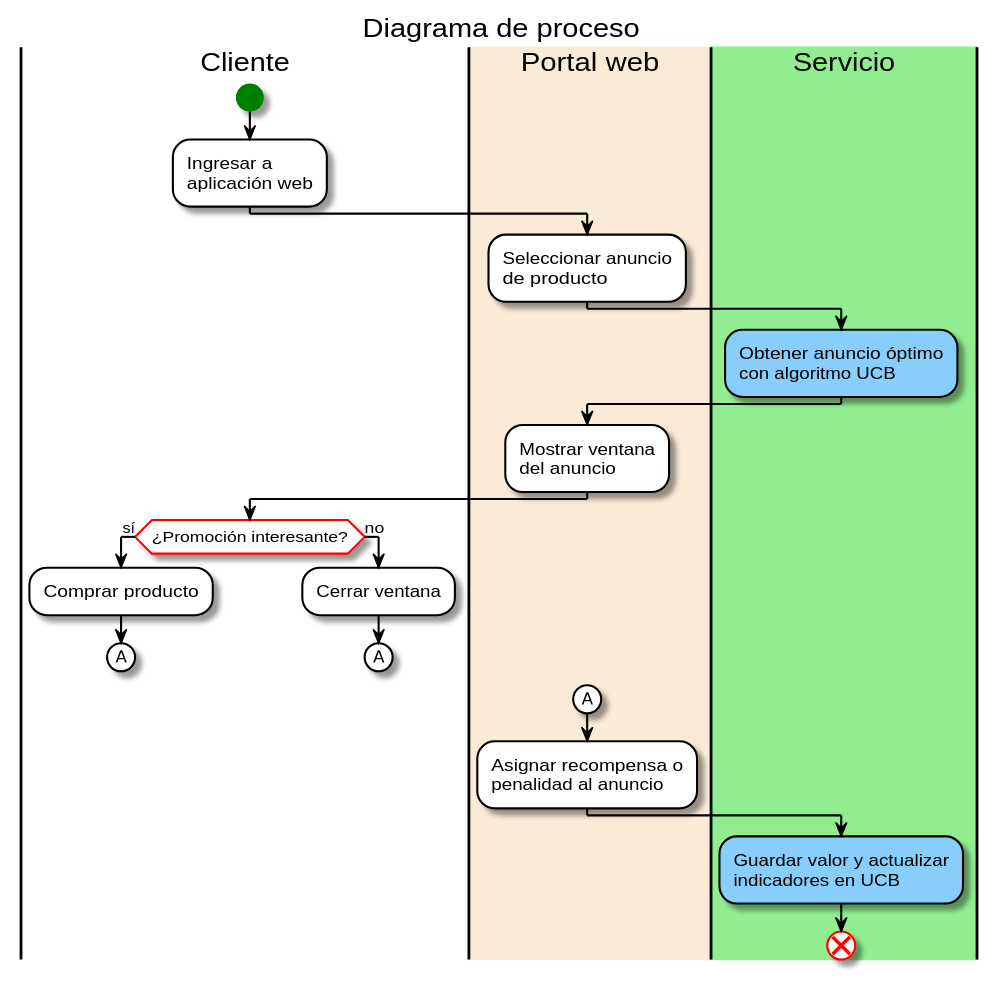
cccg8105/UCB-service keeps this PlantUML diagram as imgs/flujo.svg. Above is the earlier version. Source of this version:
```plantuml
@startuml
!include https://gist.githubusercontent.com/cccg8105/4054e13aa1139ab583f7be54fb5c6960/raw/3c760a2f5d568343272174d35741e4a7f2741b5e/styles.puml
title Diagrama de proceso
|Cliente|
start
:Ingresar a
aplicación web;
|#AntiqueWhite|Portal web|
:Seleccionar anuncio
de producto;
|#LightGreen|Servicio|
#LightSkyBlue:Obtener anuncio óptimo
con algoritmo UCB;
|Portal web|
:Mostrar ventana
del anuncio;
|Cliente|
if (¿Promoción interesante?) then (sí)
:Comprar producto;
(A)
detach
else (no)
|Cliente|
:Cerrar ventana;
(A)
detach
endif
|Portal web|
(A)
:Asignar recompensa o
penalidad al anuncio;
|Servicio|
#LightSkyBlue:Guardar valor y actualizar
indicadores en UCB;
end
@enduml
```
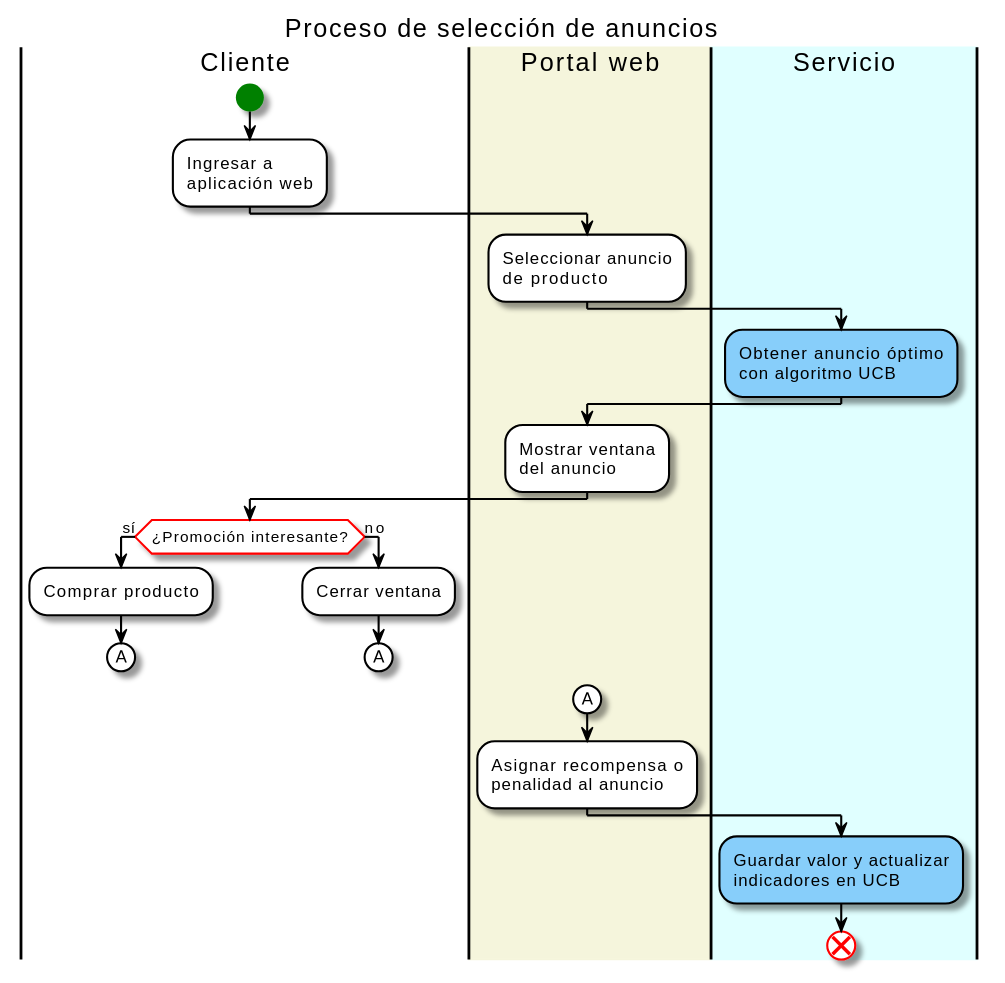
The same diagram one commit later.

The edit, as a diff of the source:
```diff
@@ -1,14 +1,14 @@
 @startuml
 !include https://gist.githubusercontent.com/cccg8105/4054e13aa1139ab583f7be54fb5c6960/raw/3c760a2f5d568343272174d35741e4a7f2741b5e/styles.puml
-title Diagrama de proceso
+title Proceso de selección de anuncios
 |Cliente|
 start
 :Ingresar a
 aplicación web;
-|#AntiqueWhite|Portal web|
+|#Beige|Portal web|
 :Seleccionar anuncio
 de producto;
-|#LightGreen|Servicio|
+|#lightCyan|Servicio|
 #LightSkyBlue:Obtener anuncio óptimo
 con algoritmo UCB;
 |Portal web|
```
